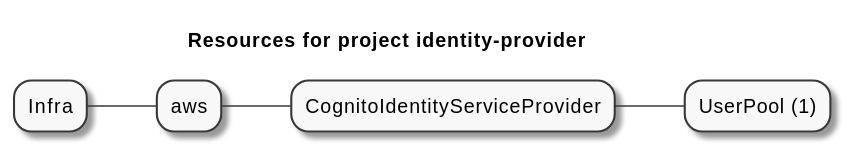
Before: examples/aws/CognitoIdentityServiceProvider/identity-provider/artifacts/resources-mindmap.svg, a diagram exported from PlantUML (grucloud/grucloud). Source of this version:
```plantuml
@startmindmap
title Resources for project identity-provider
skinparam monochrome true
+ Infra
++ aws
+++ CognitoIdentityServiceProvider
++++ UserPool (1)
@endmindmap
```
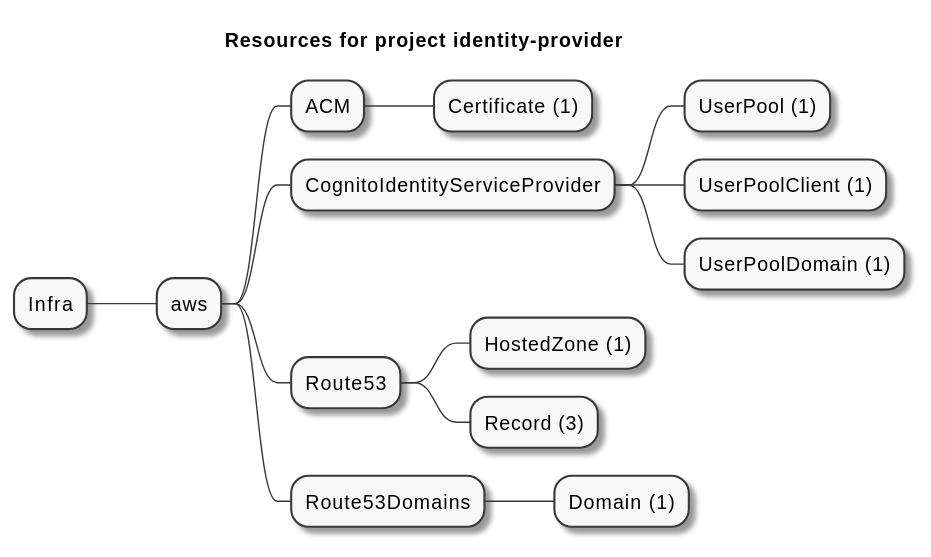
After the change.

The edit, as a diff of the source:
```diff
@@ -3,6 +3,15 @@
 skinparam monochrome true
 + Infra
 ++ aws
++++ ACM
+++++ Certificate (1)
 +++ CognitoIdentityServiceProvider
 ++++ UserPool (1)
+++++ UserPoolClient (1)
+++++ UserPoolDomain (1)
++++ Route53
+++++ HostedZone (1)
+++++ Record (3)
++++ Route53Domains
+++++ Domain (1)
 @endmindmap
```
